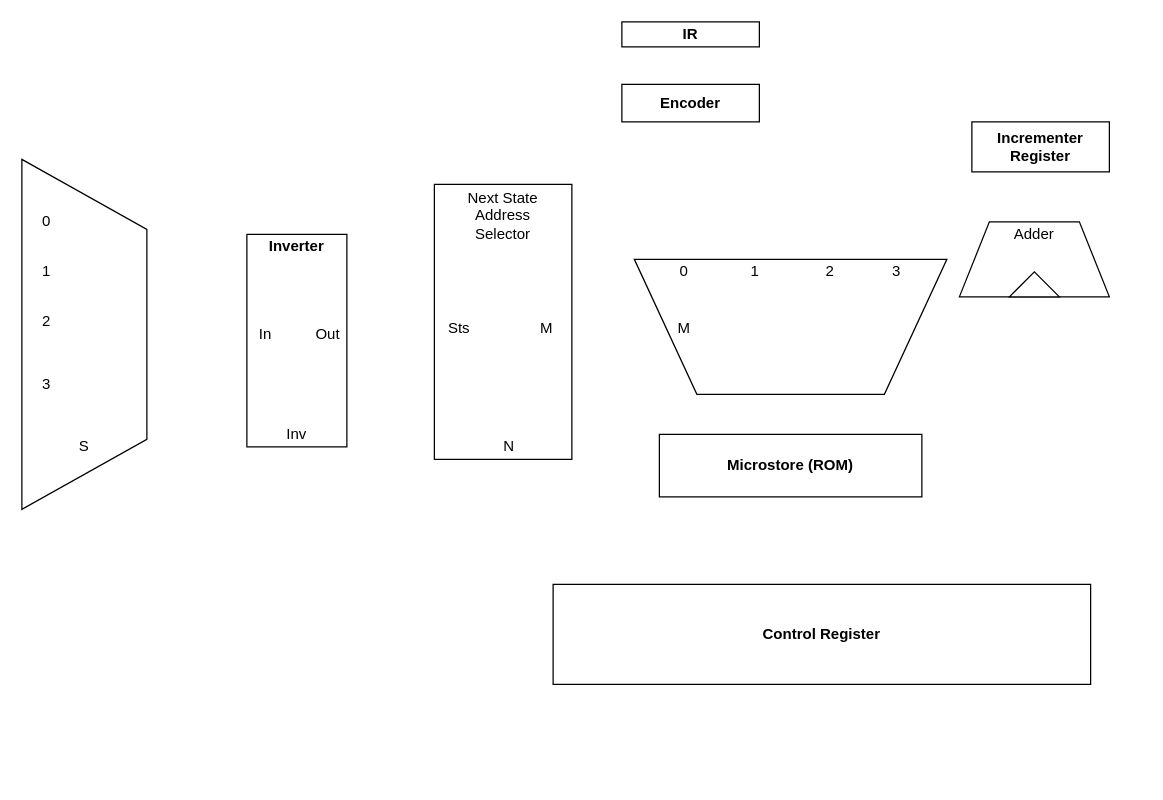
Above: Untitled Diagram.drawio in TheParodicts/MIPS_CPU_Diagram (draw.io), before the change. Source tidied: cells renumbered, new cells numbered last; positions are measured from the earlier drawing's top-left corner, leaving out a move shared by most shapes. Both pictures are drawn from the tidied source at 125%, with x=0, y=0 at pixel (21, 21).
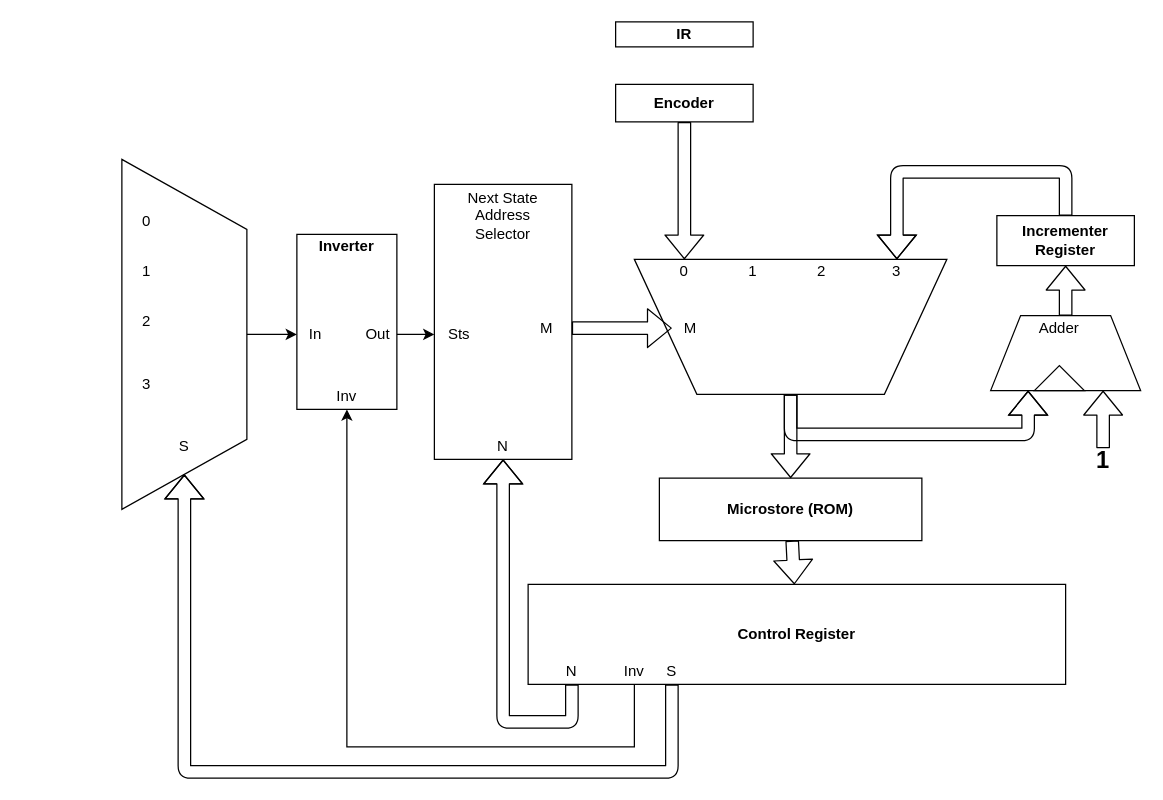
Above is the later version.

The change refers to these unchanged cells:
```xml
<mxCell id="7" style="shape=trapezoid;perimeter=trapezoidPerimeter;whiteSpace=wrap;html=1;flipV=1;" parent="1" vertex="1">
  <mxGeometry x="490" y="190" width="250" height="108" as="geometry" />
</mxCell>
<mxCell id="23" value="M" style="text;html=1;strokeColor=none;fillColor=none;align=center;verticalAlign=middle;whiteSpace=wrap;rounded=0;" parent="1" vertex="1">
  <mxGeometry x="400" y="235" width="40" height="20" as="geometry" />
</mxCell>
```

The edit, as a diff of the source:
```diff
@@
     <mxCell id="2" style="shape=trapezoid;perimeter=trapezoidPerimeter;whiteSpace=wrap;html=1;direction=south;" parent="1" vertex="1">
-      <mxGeometry y="110" width="100" height="280" as="geometry" />
+      <mxGeometry x="80" y="110" width="100" height="280" as="geometry" />
     </mxCell>
     <mxCell id="3" style="rounded=0;whiteSpace=wrap;html=1;" parent="1" vertex="1">
-      <mxGeometry x="180" y="170" width="80" height="170" as="geometry" />
+      <mxGeometry x="220" y="170" width="80" height="140" as="geometry" />
     </mxCell>
@@
     <mxCell id="5" value="&lt;b&gt;Encoder&lt;/b&gt;" style="rounded=0;whiteSpace=wrap;html=1;" parent="1" vertex="1">
-      <mxGeometry x="480" y="50" width="110" height="30" as="geometry" />
+      <mxGeometry x="475" y="50" width="110" height="30" as="geometry" />
     </mxCell>
     <mxCell id="6" value="&lt;b&gt;IR&lt;/b&gt;" style="rounded=0;whiteSpace=wrap;html=1;" parent="1" vertex="1">
-      <mxGeometry x="480" width="110" height="20" as="geometry" />
+      <mxGeometry x="475" width="110" height="20" as="geometry" />
     </mxCell>
@@
     <mxCell id="8" value="&lt;b&gt;Microstore (ROM)&lt;/b&gt;" style="rounded=0;whiteSpace=wrap;html=1;" parent="1" vertex="1">
-      <mxGeometry x="510" y="330" width="210" height="50" as="geometry" />
+      <mxGeometry x="510" y="365" width="210" height="50" as="geometry" />
     </mxCell>
     <mxCell id="9" value="&lt;b&gt;Control Register&lt;/b&gt;" style="rounded=0;whiteSpace=wrap;html=1;" parent="1" vertex="1">
-      <mxGeometry x="425" y="450" width="430" height="80" as="geometry" />
+      <mxGeometry x="405" y="450" width="430" height="80" as="geometry" />
     </mxCell>
     <mxCell id="10" value="&lt;b&gt;Incrementer Register&lt;/b&gt;" style="rounded=0;whiteSpace=wrap;html=1;" parent="1" vertex="1">
-      <mxGeometry x="760" y="80" width="110" height="40" as="geometry" />
+      <mxGeometry x="780" y="155" width="110" height="40" as="geometry" />
     </mxCell>
     <mxCell id="11" style="shape=trapezoid;perimeter=trapezoidPerimeter;whiteSpace=wrap;html=1;" parent="1" vertex="1">
-      <mxGeometry x="750" y="160" width="120" height="60" as="geometry" />
+      <mxGeometry x="775" y="235" width="120" height="60" as="geometry" />
     </mxCell>
     <mxCell id="12" value="0" style="text;html=1;strokeColor=none;fillColor=none;align=center;verticalAlign=middle;whiteSpace=wrap;rounded=0;" parent="1" vertex="1">
-      <mxGeometry y="150" width="40" height="20" as="geometry" />
+      <mxGeometry x="80" y="150" width="40" height="20" as="geometry" />
     </mxCell>
     <mxCell id="13" value="1" style="text;html=1;strokeColor=none;fillColor=none;align=center;verticalAlign=middle;whiteSpace=wrap;rounded=0;" parent="1" vertex="1">
-      <mxGeometry y="190" width="40" height="20" as="geometry" />
+      <mxGeometry x="80" y="190" width="40" height="20" as="geometry" />
     </mxCell>
     <mxCell id="14" value="2" style="text;html=1;strokeColor=none;fillColor=none;align=center;verticalAlign=middle;whiteSpace=wrap;rounded=0;" parent="1" vertex="1">
-      <mxGeometry y="230" width="40" height="20" as="geometry" />
+      <mxGeometry x="80" y="230" width="40" height="20" as="geometry" />
     </mxCell>
     <mxCell id="15" value="3" style="text;html=1;strokeColor=none;fillColor=none;align=center;verticalAlign=middle;whiteSpace=wrap;rounded=0;" parent="1" vertex="1">
-      <mxGeometry y="280" width="40" height="20" as="geometry" />
+      <mxGeometry x="80" y="280" width="40" height="20" as="geometry" />
     </mxCell>
     <mxCell id="16" value="S" style="text;html=1;strokeColor=none;fillColor=none;align=center;verticalAlign=middle;whiteSpace=wrap;rounded=0;" parent="1" vertex="1">
-      <mxGeometry x="30" y="330" width="40" height="20" as="geometry" />
+      <mxGeometry x="110" y="330" width="40" height="20" as="geometry" />
     </mxCell>
     <mxCell id="17" value="&lt;b&gt;Inverter&lt;/b&gt;" style="text;html=1;strokeColor=none;fillColor=none;align=center;verticalAlign=middle;whiteSpace=wrap;rounded=0;" parent="1" vertex="1">
-      <mxGeometry x="200" y="170" width="40" height="20" as="geometry" />
+      <mxGeometry x="240" y="170" width="40" height="20" as="geometry" />
     </mxCell>
     <mxCell id="18" value="In" style="text;html=1;strokeColor=none;fillColor=none;align=center;verticalAlign=middle;whiteSpace=wrap;rounded=0;" parent="1" vertex="1">
-      <mxGeometry x="180" y="240" width="30" height="20" as="geometry" />
+      <mxGeometry x="220" y="240" width="30" height="20" as="geometry" />
     </mxCell>
     <mxCell id="19" value="Out" style="text;html=1;strokeColor=none;fillColor=none;align=center;verticalAlign=middle;whiteSpace=wrap;rounded=0;" parent="1" vertex="1">
-      <mxGeometry x="230" y="240" width="30" height="20" as="geometry" />
+      <mxGeometry x="270" y="240" width="30" height="20" as="geometry" />
     </mxCell>
     <mxCell id="20" value="Inv" style="text;html=1;strokeColor=none;fillColor=none;align=center;verticalAlign=middle;whiteSpace=wrap;rounded=0;" parent="1" vertex="1">
-      <mxGeometry x="205" y="320" width="30" height="20" as="geometry" />
+      <mxGeometry x="245" y="290" width="30" height="20" as="geometry" />
     </mxCell>
@@
     <mxCell id="22" value="Sts" style="text;html=1;strokeColor=none;fillColor=none;align=center;verticalAlign=middle;whiteSpace=wrap;rounded=0;" parent="1" vertex="1">
-      <mxGeometry x="330" y="235" width="40" height="20" as="geometry" />
+      <mxGeometry x="330" y="240" width="40" height="20" as="geometry" />
     </mxCell>
@@
     <mxCell id="24" value="N" style="text;html=1;strokeColor=none;fillColor=none;align=center;verticalAlign=middle;whiteSpace=wrap;rounded=0;" parent="1" vertex="1">
-      <mxGeometry x="370" y="330" width="40" height="20" as="geometry" />
+      <mxGeometry x="365" y="330" width="40" height="20" as="geometry" />
     </mxCell>
     <mxCell id="25" value="M" style="text;html=1;strokeColor=none;fillColor=none;align=center;verticalAlign=middle;whiteSpace=wrap;rounded=0;" parent="1" vertex="1">
-      <mxGeometry x="510" y="235" width="40" height="20" as="geometry" />
+      <mxGeometry x="520" y="235" width="30" height="20" as="geometry" />
     </mxCell>
-    <mxCell id="26" value="0&amp;nbsp; &amp;nbsp; &amp;nbsp; &amp;nbsp; &amp;nbsp; &amp;nbsp; &amp;nbsp; &amp;nbsp;1&amp;nbsp; &amp;nbsp; &amp;nbsp; &amp;nbsp; &amp;nbsp; &amp;nbsp; &amp;nbsp; &amp;nbsp; 2&amp;nbsp; &amp;nbsp; &amp;nbsp; &amp;nbsp; &amp;nbsp; &amp;nbsp; &amp;nbsp; 3" style="text;html=1;strokeColor=none;fillColor=none;align=center;verticalAlign=middle;whiteSpace=wrap;rounded=0;" parent="1" vertex="1">
-      <mxGeometry x="520" y="190" width="190" height="20" as="geometry" />
-    </mxCell>
     <mxCell id="27" style="triangle;whiteSpace=wrap;html=1;direction=north;strokeColor=#000000;" parent="1" vertex="1">
-      <mxGeometry x="790" y="200" width="40" height="20" as="geometry" />
+      <mxGeometry x="810" y="275" width="40" height="20" as="geometry" />
     </mxCell>
     <mxCell id="28" value="Adder" style="text;html=1;strokeColor=none;fillColor=none;align=center;verticalAlign=middle;whiteSpace=wrap;rounded=0;" parent="1" vertex="1">
-      <mxGeometry x="790" y="160" width="40" height="20" as="geometry" />
+      <mxGeometry x="810" y="235" width="40" height="20" as="geometry" />
     </mxCell>
+    <mxCell id="29" style="shape=flexArrow;endArrow=classic;html=1;" parent="1" edge="1" source="11" target="10">
+      <mxGeometry relative="1" as="geometry" />
+    </mxCell>
+    <mxCell id="30" style="shape=flexArrow;endArrow=classic;html=1;entryX=0.5;entryY=0;entryDx=0;entryDy=0;edgeStyle=orthogonalEdgeStyle;" parent="1" edge="1" source="10" target="48">
+      <mxGeometry relative="1" as="geometry">
+        <Array as="points">
+          <mxPoint x="835" y="120" />
+          <mxPoint x="700" y="120" />
+        </Array>
+      </mxGeometry>
+    </mxCell>
+    <mxCell id="31" style="shape=flexArrow;endArrow=classic;html=1;" parent="1" edge="1" source="7" target="8">
+      <mxGeometry relative="1" as="geometry" />
+    </mxCell>
+    <mxCell id="32" style="shape=flexArrow;endArrow=classic;html=1;entryX=0.25;entryY=1;entryDx=0;entryDy=0;edgeStyle=orthogonalEdgeStyle;" parent="1" edge="1" source="7" target="11">
+      <mxGeometry relative="1" as="geometry">
+        <Array as="points">
+          <mxPoint x="615" y="330" />
+          <mxPoint x="805" y="330" />
+        </Array>
+      </mxGeometry>
+    </mxCell>
+    <mxCell id="33" style="shape=flexArrow;endArrow=classic;html=1;entryX=0.75;entryY=1;entryDx=0;entryDy=0;exitX=0.5;exitY=0;exitDx=0;exitDy=0;" parent="1" edge="1" source="49" target="11">
+      <mxGeometry relative="1" as="geometry" />
+    </mxCell>
+    <mxCell id="34" style="shape=flexArrow;endArrow=classic;html=1;" parent="1" edge="1" source="8" target="9">
+      <mxGeometry relative="1" as="geometry" />
+    </mxCell>
+    <mxCell id="35" value="S" style="text;html=1;strokeColor=none;fillColor=none;align=center;verticalAlign=middle;whiteSpace=wrap;rounded=0;" parent="1" vertex="1">
+      <mxGeometry x="500" y="510" width="40" height="20" as="geometry" />
+    </mxCell>
+    <mxCell id="36" style="shape=flexArrow;endArrow=classic;html=1;exitX=0.5;exitY=1;exitDx=0;exitDy=0;entryX=1;entryY=0.5;entryDx=0;entryDy=0;edgeStyle=orthogonalEdgeStyle;" parent="1" edge="1" source="35" target="2">
+      <mxGeometry relative="1" as="geometry">
+        <Array as="points">
+          <mxPoint x="520" y="600" />
+          <mxPoint x="130" y="600" />
+        </Array>
+      </mxGeometry>
+    </mxCell>
+    <mxCell id="37" value="Inv" style="text;html=1;strokeColor=none;fillColor=none;align=center;verticalAlign=middle;whiteSpace=wrap;rounded=0;" parent="1" vertex="1">
+      <mxGeometry x="475" y="510" width="30" height="20" as="geometry" />
+    </mxCell>
+    <mxCell id="38" style="endArrow=classic;html=1;exitX=0.5;exitY=1;exitDx=0;exitDy=0;entryX=0.5;entryY=1;entryDx=0;entryDy=0;edgeStyle=orthogonalEdgeStyle;rounded=0;" parent="1" edge="1" source="37" target="20">
+      <mxGeometry relative="1" as="geometry">
+        <Array as="points">
+          <mxPoint x="490" y="580" />
+          <mxPoint x="260" y="580" />
+        </Array>
+      </mxGeometry>
+    </mxCell>
+    <mxCell id="39" value="N" style="text;html=1;strokeColor=none;fillColor=none;align=center;verticalAlign=middle;whiteSpace=wrap;rounded=0;" parent="1" vertex="1">
+      <mxGeometry x="420" y="510" width="40" height="20" as="geometry" />
+    </mxCell>
+    <mxCell id="40" style="shape=flexArrow;endArrow=classic;html=1;entryX=0.5;entryY=1;entryDx=0;entryDy=0;exitX=0.5;exitY=1;exitDx=0;exitDy=0;edgeStyle=orthogonalEdgeStyle;" parent="1" edge="1" source="39" target="24">
+      <mxGeometry relative="1" as="geometry">
+        <Array as="points">
+          <mxPoint x="440" y="560" />
+          <mxPoint x="385" y="560" />
+        </Array>
+      </mxGeometry>
+    </mxCell>
+    <mxCell id="41" style="endArrow=classic;html=1;entryX=0;entryY=0.5;entryDx=0;entryDy=0;" parent="1" edge="1" source="2" target="18">
+      <mxGeometry relative="1" as="geometry" />
+    </mxCell>
+    <mxCell id="42" style="endArrow=classic;html=1;entryX=0;entryY=0.5;entryDx=0;entryDy=0;exitX=1;exitY=0.5;exitDx=0;exitDy=0;" parent="1" edge="1" source="19" target="22">
+      <mxGeometry relative="1" as="geometry" />
+    </mxCell>
+    <mxCell id="43" style="shape=flexArrow;endArrow=classic;html=1;entryX=0;entryY=0.5;entryDx=0;entryDy=0;exitX=1;exitY=0.5;exitDx=0;exitDy=0;" parent="1" edge="1" source="23" target="25">
+      <mxGeometry relative="1" as="geometry" />
+    </mxCell>
+    <mxCell id="44" style="shape=flexArrow;endArrow=classic;html=1;entryX=0.5;entryY=0;entryDx=0;entryDy=0;" parent="1" edge="1" source="5" target="45">
+      <mxGeometry relative="1" as="geometry" />
+    </mxCell>
+    <mxCell id="45" value="0" style="text;html=1;strokeColor=none;fillColor=none;align=center;verticalAlign=middle;whiteSpace=wrap;rounded=0;" parent="1" vertex="1">
+      <mxGeometry x="510" y="190" width="40" height="20" as="geometry" />
+    </mxCell>
+    <mxCell id="46" value="1" style="text;html=1;strokeColor=none;fillColor=none;align=center;verticalAlign=middle;whiteSpace=wrap;rounded=0;" parent="1" vertex="1">
+      <mxGeometry x="565" y="190" width="40" height="20" as="geometry" />
+    </mxCell>
+    <mxCell id="47" value="2" style="text;html=1;strokeColor=none;fillColor=none;align=center;verticalAlign=middle;whiteSpace=wrap;rounded=0;" parent="1" vertex="1">
+      <mxGeometry x="620" y="190" width="40" height="20" as="geometry" />
+    </mxCell>
+    <mxCell id="48" value="3" style="text;html=1;strokeColor=none;fillColor=none;align=center;verticalAlign=middle;whiteSpace=wrap;rounded=0;" parent="1" vertex="1">
+      <mxGeometry x="680" y="190" width="40" height="20" as="geometry" />
+    </mxCell>
+    <mxCell id="49" value="&lt;b&gt;&lt;font style=&quot;font-size: 19px&quot;&gt;1&lt;/font&gt;&lt;/b&gt;" style="text;html=1;strokeColor=none;fillColor=none;align=center;verticalAlign=middle;whiteSpace=wrap;rounded=0;" parent="1" vertex="1">
+      <mxGeometry x="845" y="341" width="40" height="20" as="geometry" />
+    </mxCell>
```
